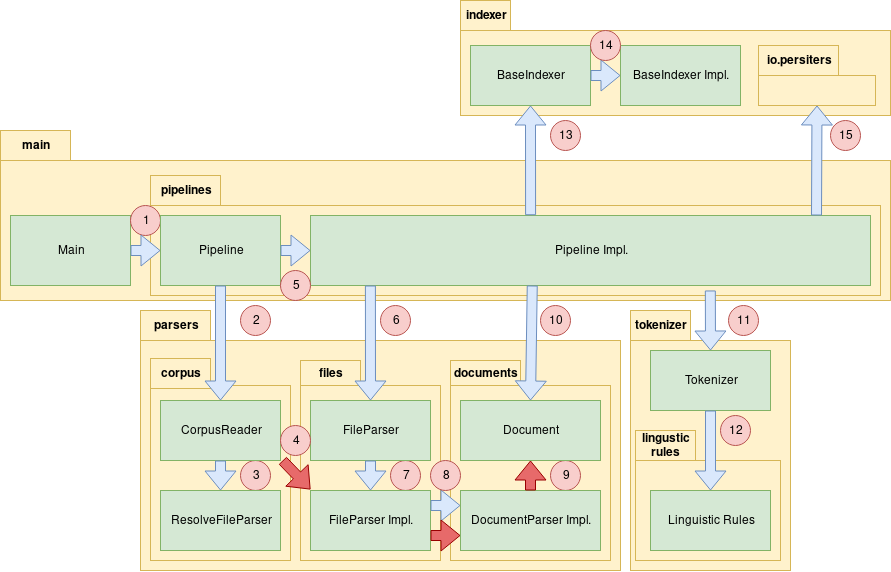
Earlier version of the draw.io export assignment3/report/images/newSequenceDiagram.png (aspedrosa/Information-Retrieval). Source tidied: cells renumbered, new cells last; positions are measured from the earlier drawing's top-left corner, leaving out a move shared by most shapes.
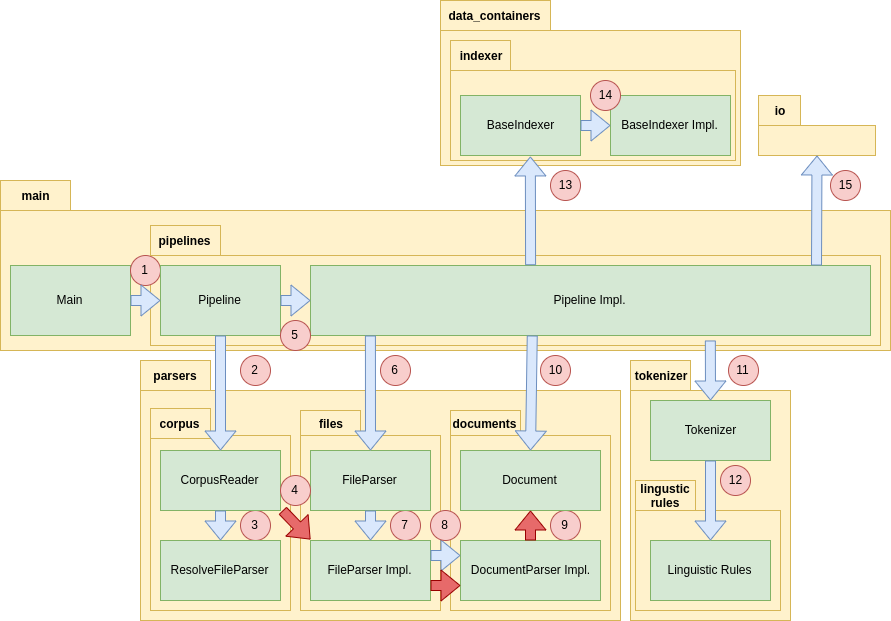
After the commit.

What changed in the source:
```diff
@@ -12,7 +12,7 @@
       <mxGeometry x="140" y="340" width="480" height="230" as="geometry" />
     </mxCell>
     <mxCell id="5" style="rounded=0;whiteSpace=wrap;html=1;fillColor=#fff2cc;strokeColor=#d6b656;" parent="1" vertex="1">
-      <mxGeometry x="460" y="30" width="430" height="85" as="geometry" />
+      <mxGeometry x="440" y="-20" width="300" height="135" as="geometry" />
     </mxCell>
     <mxCell id="6" style="rounded=0;whiteSpace=wrap;html=1;fillColor=#fff2cc;strokeColor=#d6b656;" parent="1" vertex="1">
       <mxGeometry x="630" y="340" width="160" height="230" as="geometry" />
@@ -20,15 +20,6 @@
     <mxCell id="7" value="Tokenizer" style="rounded=0;whiteSpace=wrap;html=1;fillColor=#d5e8d4;strokeColor=#82b366;" parent="1" vertex="1">
       <mxGeometry x="650" y="350" width="120" height="60" as="geometry" />
     </mxCell>
-    <mxCell id="8" value="BaseIndexer" style="rounded=0;whiteSpace=wrap;html=1;fillColor=#d5e8d4;strokeColor=#82b366;" parent="1" vertex="1">
-      <mxGeometry x="470" y="45" width="120" height="60" as="geometry" />
-    </mxCell>
-    <mxCell id="9" value="&lt;div&gt;BaseIndexer Impl.&lt;/div&gt;" style="rounded=0;whiteSpace=wrap;html=1;fillColor=#d5e8d4;strokeColor=#82b366;" parent="1" vertex="1">
-      <mxGeometry x="620" y="45" width="120" height="60" as="geometry" />
-    </mxCell>
-    <mxCell id="10" style="shape=flexArrow;endArrow=classic;html=1;entryX=0;entryY=0.5;entryDx=0;entryDy=0;exitX=1;exitY=0.5;exitDx=0;exitDy=0;fillColor=#dae8fc;strokeColor=#6c8ebf;" parent="1" edge="1" source="8" target="9">
-      <mxGeometry relative="1" as="geometry" />
-    </mxCell>
     <mxCell id="11" style="group;fontStyle=0;fillColor=#d5e8d4;strokeColor=#82b366;" parent="1" vertex="1">
       <mxGeometry x="758" y="75" width="117" height="30" as="geometry" />
     </mxCell>
@@ -108,13 +99,13 @@
       <mxGeometry x="15" y="5" width="30" height="20" as="geometry" />
     </mxCell>
     <mxCell id="37" style="group;" parent="1" vertex="1">
-      <mxGeometry x="460" width="50" height="30" as="geometry" />
+      <mxGeometry x="440" y="-50" width="110" height="30" as="geometry" />
     </mxCell>
     <mxCell id="38" style="rounded=0;whiteSpace=wrap;html=1;fillColor=#fff2cc;strokeColor=#d6b656;" parent="37" vertex="1">
-      <mxGeometry width="50" height="30" as="geometry" />
+      <mxGeometry width="110" height="30" as="geometry" />
     </mxCell>
-    <mxCell id="39" value="indexer" style="text;html=1;strokeColor=none;fillColor=none;align=center;verticalAlign=middle;whiteSpace=wrap;rounded=0;fontStyle=1;" parent="37" vertex="1">
-      <mxGeometry x="12.5" y="5" width="25" height="20" as="geometry" />
+    <mxCell id="39" value="data_containers" style="text;html=1;strokeColor=none;fillColor=none;align=center;verticalAlign=middle;whiteSpace=wrap;rounded=0;fontStyle=1;" parent="37" vertex="1">
+      <mxGeometry x="27.5" y="5" width="55" height="20" as="geometry" />
     </mxCell>
     <mxCell id="40" style="group;fontStyle=0;fillColor=#d5e8d4;strokeColor=#82b366;" parent="1" vertex="1">
       <mxGeometry x="150" y="385" width="140" height="175" as="geometry" />
@@ -237,26 +228,23 @@
       <mxGeometry x="15" y="5" width="30" height="20" as="geometry" />
     </mxCell>
     <mxCell id="80" style="group;" parent="1" vertex="1">
-      <mxGeometry x="758" y="45" width="80" height="30" as="geometry" />
+      <mxGeometry x="758" y="45" width="42" height="30" as="geometry" />
     </mxCell>
     <mxCell id="81" style="group;" parent="80" vertex="1">
-      <mxGeometry width="80" height="30" as="geometry" />
+      <mxGeometry width="42" height="30" as="geometry" />
     </mxCell>
     <mxCell id="82" style="group;" parent="81" vertex="1">
-      <mxGeometry width="80" height="30" as="geometry" />
+      <mxGeometry width="42" height="30" as="geometry" />
     </mxCell>
     <mxCell id="83" style="rounded=0;whiteSpace=wrap;html=1;fillColor=#fff2cc;strokeColor=#d6b656;" parent="82" vertex="1">
-      <mxGeometry width="80" height="30" as="geometry" />
+      <mxGeometry width="42" height="30" as="geometry" />
     </mxCell>
-    <mxCell id="84" value="&lt;div&gt;io.persiters&lt;/div&gt;" style="text;html=1;strokeColor=none;fillColor=none;align=center;verticalAlign=middle;whiteSpace=wrap;rounded=0;fontStyle=1;" parent="82" vertex="1">
-      <mxGeometry x="24.5" y="5" width="31" height="20" as="geometry" />
+    <mxCell id="84" value="&lt;div&gt;io&lt;/div&gt;" style="text;html=1;strokeColor=none;fillColor=none;align=center;verticalAlign=middle;whiteSpace=wrap;rounded=0;fontStyle=1;" parent="82" vertex="1">
+      <mxGeometry x="12.9" y="5" width="16.3" height="20" as="geometry" />
     </mxCell>
     <mxCell id="85" style="shape=flexArrow;endArrow=classic;html=1;entryX=0.5;entryY=0;entryDx=0;entryDy=0;exitX=0.714;exitY=1.071;exitDx=0;exitDy=0;fillColor=#dae8fc;strokeColor=#6c8ebf;exitPerimeter=0;" parent="1" edge="1" source="23" target="7">
       <mxGeometry relative="1" as="geometry" />
     </mxCell>
-    <mxCell id="86" style="shape=flexArrow;endArrow=classic;html=1;entryX=0.5;entryY=1;entryDx=0;entryDy=0;exitX=0.393;exitY=-0.004;exitDx=0;exitDy=0;fillColor=#dae8fc;strokeColor=#6c8ebf;exitPerimeter=0;" parent="1" edge="1" source="23" target="8">
-      <mxGeometry relative="1" as="geometry" />
-    </mxCell>
     <mxCell id="87" style="shape=flexArrow;endArrow=classic;html=1;entryX=0.5;entryY=1;entryDx=0;entryDy=0;fillColor=#dae8fc;strokeColor=#6c8ebf;" parent="1" edge="1" target="12">
       <mxGeometry relative="1" as="geometry">
         <mxPoint x="816" y="215" as="sourcePoint" />
@@ -265,9 +253,6 @@
     <mxCell id="88" value="13" style="ellipse;whiteSpace=wrap;html=1;fillColor=#f8cecc;strokeColor=#b85450;" parent="1" vertex="1">
       <mxGeometry x="550" y="120" width="30" height="30" as="geometry" />
     </mxCell>
-    <mxCell id="89" value="14" style="ellipse;whiteSpace=wrap;html=1;fillColor=#f8cecc;strokeColor=#b85450;" parent="1" vertex="1">
-      <mxGeometry x="590" y="30" width="30" height="30" as="geometry" />
-    </mxCell>
     <mxCell id="90" value="15" style="ellipse;whiteSpace=wrap;html=1;fillColor=#f8cecc;strokeColor=#b85450;" parent="1" vertex="1">
       <mxGeometry x="830" y="120" width="30" height="30" as="geometry" />
     </mxCell>
@@ -280,5 +265,32 @@
     <mxCell id="93" style="shape=flexArrow;endArrow=classic;html=1;entryX=0;entryY=0.75;entryDx=0;entryDy=0;exitX=1;exitY=0.75;exitDx=0;exitDy=0;fillColor=#E76A6A;strokeColor=#990000;" parent="1" edge="1" source="54" target="64">
       <mxGeometry relative="1" as="geometry" />
     </mxCell>
+    <mxCell id="94" style="rounded=0;whiteSpace=wrap;html=1;fillColor=#fff2cc;strokeColor=#d6b656;" parent="1" vertex="1">
+      <mxGeometry x="450" y="20" width="285" height="90" as="geometry" />
+    </mxCell>
+    <mxCell id="8" value="BaseIndexer" style="rounded=0;whiteSpace=wrap;html=1;fillColor=#d5e8d4;strokeColor=#82b366;" parent="1" vertex="1">
+      <mxGeometry x="460" y="45" width="120" height="60" as="geometry" />
+    </mxCell>
+    <mxCell id="9" value="&lt;div&gt;BaseIndexer Impl.&lt;/div&gt;" style="rounded=0;whiteSpace=wrap;html=1;fillColor=#d5e8d4;strokeColor=#82b366;" parent="1" vertex="1">
+      <mxGeometry x="610" y="45" width="120" height="60" as="geometry" />
+    </mxCell>
+    <mxCell id="10" style="shape=flexArrow;endArrow=classic;html=1;entryX=0;entryY=0.5;entryDx=0;entryDy=0;exitX=1;exitY=0.5;exitDx=0;exitDy=0;fillColor=#dae8fc;strokeColor=#6c8ebf;" parent="1" edge="1" source="8" target="9">
+      <mxGeometry relative="1" as="geometry" />
+    </mxCell>
+    <mxCell id="89" value="14" style="ellipse;whiteSpace=wrap;html=1;fillColor=#f8cecc;strokeColor=#b85450;" parent="1" vertex="1">
+      <mxGeometry x="590" y="30" width="30" height="30" as="geometry" />
+    </mxCell>
+    <mxCell id="95" style="group;" parent="1" vertex="1">
+      <mxGeometry x="450" y="-10" width="60" height="30" as="geometry" />
+    </mxCell>
+    <mxCell id="96" style="rounded=0;whiteSpace=wrap;html=1;fillColor=#fff2cc;strokeColor=#d6b656;" parent="95" vertex="1">
+      <mxGeometry width="60" height="30" as="geometry" />
+    </mxCell>
+    <mxCell id="97" value="indexer" style="text;html=1;strokeColor=none;fillColor=none;align=center;verticalAlign=middle;whiteSpace=wrap;rounded=0;fontStyle=1;" parent="95" vertex="1">
+      <mxGeometry x="15" y="5" width="30" height="20" as="geometry" />
+    </mxCell>
+    <mxCell id="86" style="shape=flexArrow;endArrow=classic;html=1;entryX=0.582;entryY=1.016;entryDx=0;entryDy=0;exitX=0.393;exitY=-0.004;exitDx=0;exitDy=0;fillColor=#dae8fc;strokeColor=#6c8ebf;exitPerimeter=0;entryPerimeter=0;" parent="1" edge="1" source="23" target="8">
+      <mxGeometry relative="1" as="geometry" />
+    </mxCell>
   </root>
 </mxGraphModel>
```
